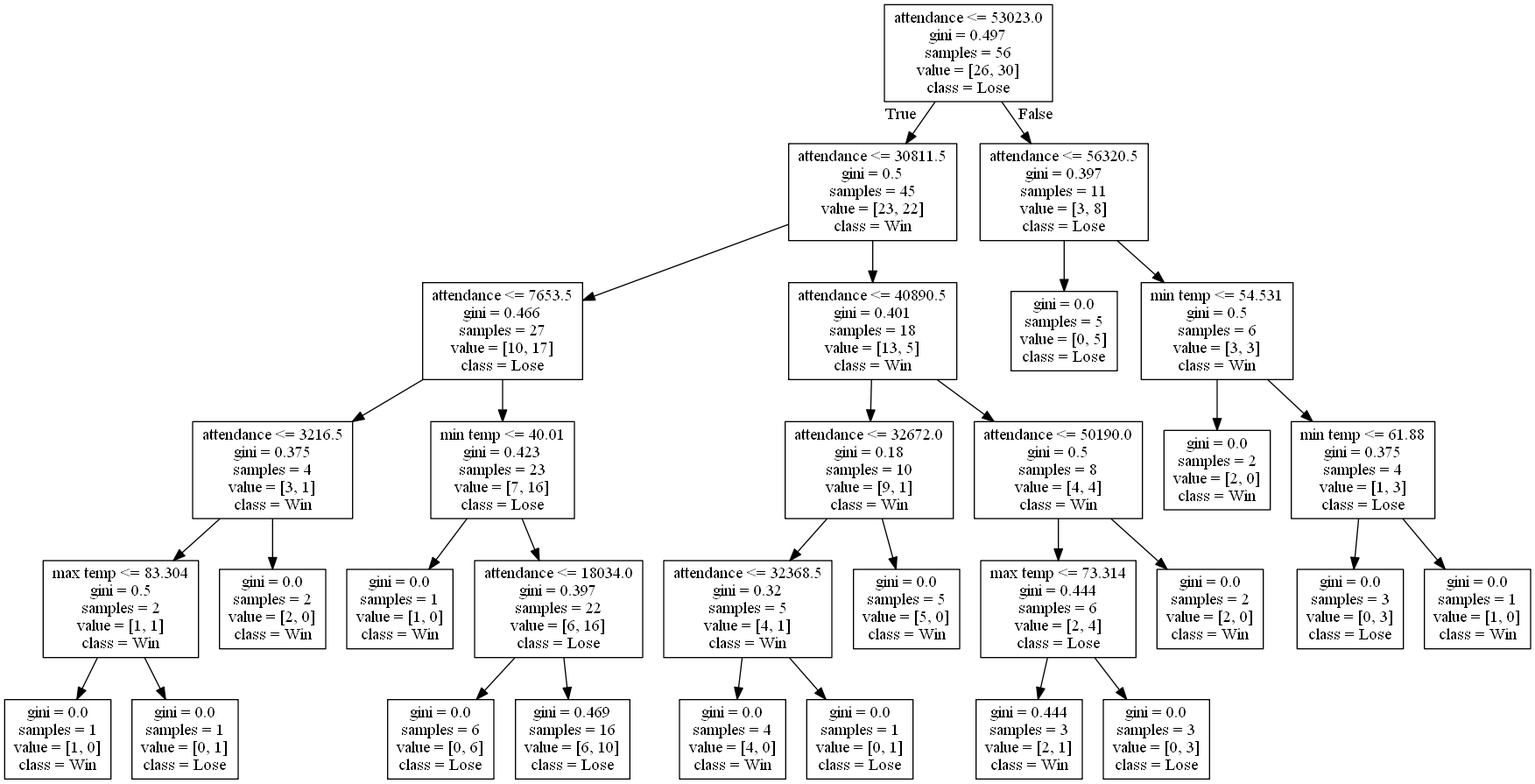
alexana-steck/CSE482Project keeps this Graphviz diagram as DecisionTrees/decision_tree_no_score3.png. Above is the earlier version. Its source is kept beside it as DecisionTrees/decision_tree_no_score3.dot. Source of this version:
```dot
digraph Tree {
node [shape=box] ;
0 [label="attendance <= 53023.0\ngini = 0.497\nsamples = 56\nvalue = [26, 30]\nclass = Lose"] ;
1 [label="attendance <= 30811.5\ngini = 0.5\nsamples = 45\nvalue = [23, 22]\nclass = Win"] ;
0 -> 1 [labeldistance=2.5, labelangle=45, headlabel="True"] ;
2 [label="attendance <= 7653.5\ngini = 0.466\nsamples = 27\nvalue = [10, 17]\nclass = Lose"] ;
1 -> 2 ;
3 [label="attendance <= 3216.5\ngini = 0.375\nsamples = 4\nvalue = [3, 1]\nclass = Win"] ;
2 -> 3 ;
4 [label="max temp <= 83.304\ngini = 0.5\nsamples = 2\nvalue = [1, 1]\nclass = Win"] ;
3 -> 4 ;
5 [label="gini = 0.0\nsamples = 1\nvalue = [1, 0]\nclass = Win"] ;
4 -> 5 ;
6 [label="gini = 0.0\nsamples = 1\nvalue = [0, 1]\nclass = Lose"] ;
4 -> 6 ;
7 [label="gini = 0.0\nsamples = 2\nvalue = [2, 0]\nclass = Win"] ;
3 -> 7 ;
8 [label="min temp <= 40.01\ngini = 0.423\nsamples = 23\nvalue = [7, 16]\nclass = Lose"] ;
2 -> 8 ;
9 [label="gini = 0.0\nsamples = 1\nvalue = [1, 0]\nclass = Win"] ;
8 -> 9 ;
10 [label="attendance <= 18034.0\ngini = 0.397\nsamples = 22\nvalue = [6, 16]\nclass = Lose"] ;
8 -> 10 ;
11 [label="gini = 0.0\nsamples = 6\nvalue = [0, 6]\nclass = Lose"] ;
10 -> 11 ;
12 [label="gini = 0.469\nsamples = 16\nvalue = [6, 10]\nclass = Lose"] ;
10 -> 12 ;
13 [label="attendance <= 40890.5\ngini = 0.401\nsamples = 18\nvalue = [13, 5]\nclass = Win"] ;
1 -> 13 ;
14 [label="attendance <= 32672.0\ngini = 0.18\nsamples = 10\nvalue = [9, 1]\nclass = Win"] ;
13 -> 14 ;
15 [label="attendance <= 32368.5\ngini = 0.32\nsamples = 5\nvalue = [4, 1]\nclass = Win"] ;
14 -> 15 ;
16 [label="gini = 0.0\nsamples = 4\nvalue = [4, 0]\nclass = Win"] ;
15 -> 16 ;
17 [label="gini = 0.0\nsamples = 1\nvalue = [0, 1]\nclass = Lose"] ;
15 -> 17 ;
18 [label="gini = 0.0\nsamples = 5\nvalue = [5, 0]\nclass = Win"] ;
14 -> 18 ;
19 [label="attendance <= 50190.0\ngini = 0.5\nsamples = 8\nvalue = [4, 4]\nclass = Win"] ;
13 -> 19 ;
20 [label="max temp <= 73.314\ngini = 0.444\nsamples = 6\nvalue = [2, 4]\nclass = Lose"] ;
19 -> 20 ;
21 [label="gini = 0.444\nsamples = 3\nvalue = [2, 1]\nclass = Win"] ;
20 -> 21 ;
22 [label="gini = 0.0\nsamples = 3\nvalue = [0, 3]\nclass = Lose"] ;
20 -> 22 ;
23 [label="gini = 0.0\nsamples = 2\nvalue = [2, 0]\nclass = Win"] ;
19 -> 23 ;
24 [label="attendance <= 56320.5\ngini = 0.397\nsamples = 11\nvalue = [3, 8]\nclass = Lose"] ;
0 -> 24 [labeldistance=2.5, labelangle=-45, headlabel="False"] ;
25 [label="gini = 0.0\nsamples = 5\nvalue = [0, 5]\nclass = Lose"] ;
24 -> 25 ;
26 [label="min temp <= 54.531\ngini = 0.5\nsamples = 6\nvalue = [3, 3]\nclass = Win"] ;
24 -> 26 ;
27 [label="gini = 0.0\nsamples = 2\nvalue = [2, 0]\nclass = Win"] ;
26 -> 27 ;
28 [label="min temp <= 61.88\ngini = 0.375\nsamples = 4\nvalue = [1, 3]\nclass = Lose"] ;
26 -> 28 ;
29 [label="gini = 0.0\nsamples = 3\nvalue = [0, 3]\nclass = Lose"] ;
28 -> 29 ;
30 [label="gini = 0.0\nsamples = 1\nvalue = [1, 0]\nclass = Win"] ;
28 -> 30 ;
}
```
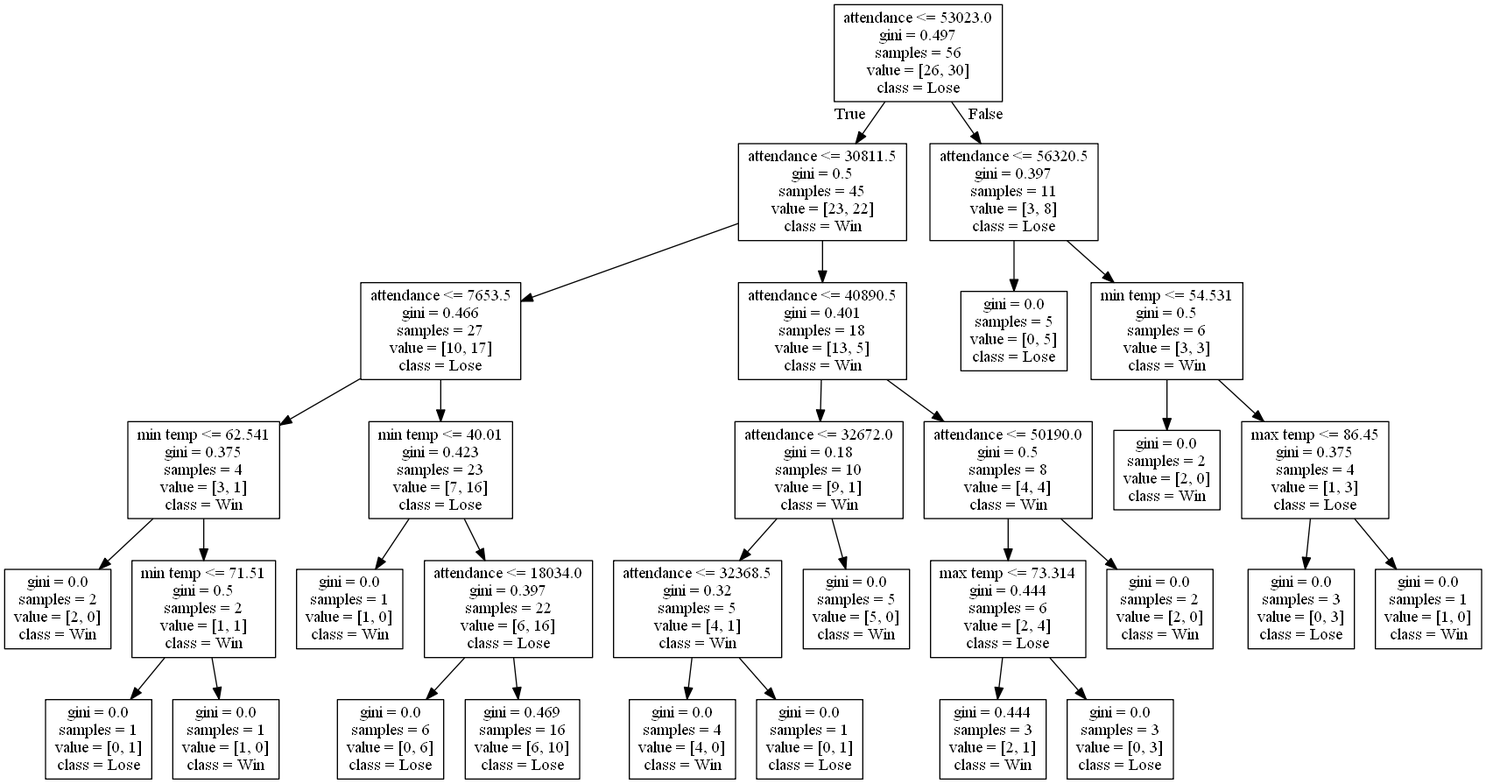
The same diagram one commit later.

What changed in the source:
```diff
@@ -5,16 +5,16 @@
 0 -> 1 [labeldistance=2.5, labelangle=45, headlabel="True"] ;
 2 [label="attendance <= 7653.5\ngini = 0.466\nsamples = 27\nvalue = [10, 17]\nclass = Lose"] ;
 1 -> 2 ;
-3 [label="attendance <= 3216.5\ngini = 0.375\nsamples = 4\nvalue = [3, 1]\nclass = Win"] ;
+3 [label="min temp <= 62.541\ngini = 0.375\nsamples = 4\nvalue = [3, 1]\nclass = Win"] ;
 2 -> 3 ;
-4 [label="max temp <= 83.304\ngini = 0.5\nsamples = 2\nvalue = [1, 1]\nclass = Win"] ;
+4 [label="gini = 0.0\nsamples = 2\nvalue = [2, 0]\nclass = Win"] ;
 3 -> 4 ;
-5 [label="gini = 0.0\nsamples = 1\nvalue = [1, 0]\nclass = Win"] ;
-4 -> 5 ;
+5 [label="min temp <= 71.51\ngini = 0.5\nsamples = 2\nvalue = [1, 1]\nclass = Win"] ;
+3 -> 5 ;
 6 [label="gini = 0.0\nsamples = 1\nvalue = [0, 1]\nclass = Lose"] ;
-4 -> 6 ;
-7 [label="gini = 0.0\nsamples = 2\nvalue = [2, 0]\nclass = Win"] ;
-3 -> 7 ;
+5 -> 6 ;
+7 [label="gini = 0.0\nsamples = 1\nvalue = [1, 0]\nclass = Win"] ;
+5 -> 7 ;
 8 [label="min temp <= 40.01\ngini = 0.423\nsamples = 23\nvalue = [7, 16]\nclass = Lose"] ;
 2 -> 8 ;
 9 [label="gini = 0.0\nsamples = 1\nvalue = [1, 0]\nclass = Win"] ;
@@ -55,7 +55,7 @@
 24 -> 26 ;
 27 [label="gini = 0.0\nsamples = 2\nvalue = [2, 0]\nclass = Win"] ;
 26 -> 27 ;
-28 [label="min temp <= 61.88\ngini = 0.375\nsamples = 4\nvalue = [1, 3]\nclass = Lose"] ;
+28 [label="max temp <= 86.45\ngini = 0.375\nsamples = 4\nvalue = [1, 3]\nclass = Lose"] ;
 26 -> 28 ;
 29 [label="gini = 0.0\nsamples = 3\nvalue = [0, 3]\nclass = Lose"] ;
 28 -> 29 ;
```
